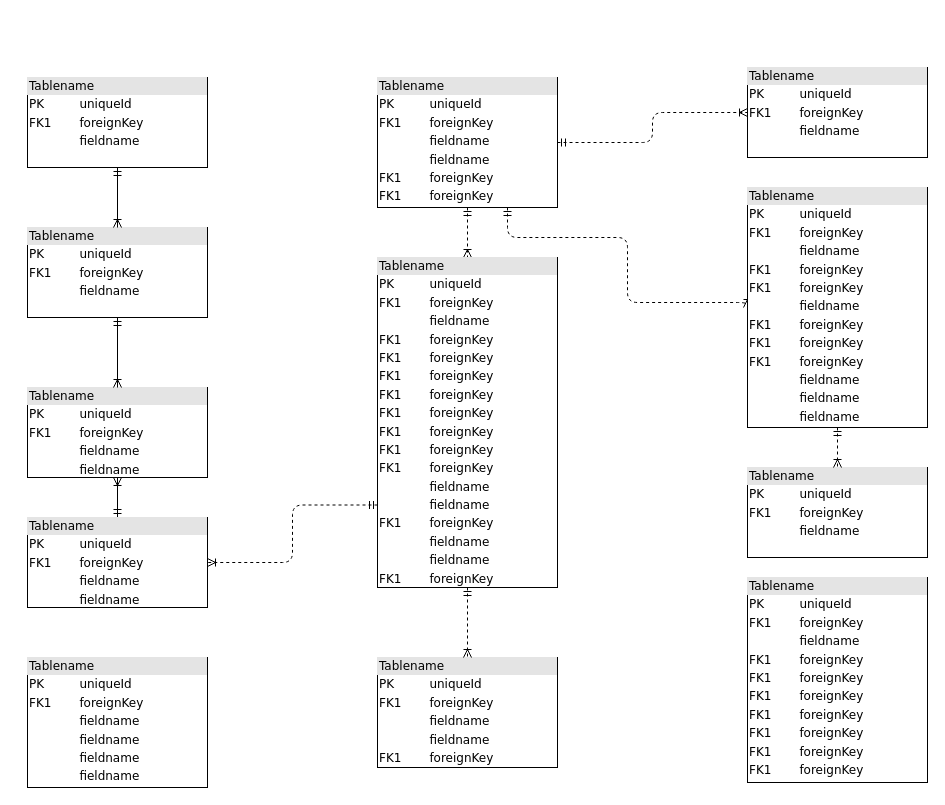
The draw.io diagram 未命名绘图.drawio in 1324569659/gg, before the edit. Source tidied: cells renumbered, new cells numbered last; positions are measured from the earlier drawing's top-left corner, leaving out a move shared by most shapes. Both pictures are drawn from the tidied source at 100%, with x=0, y=0 at pixel (27, 67).
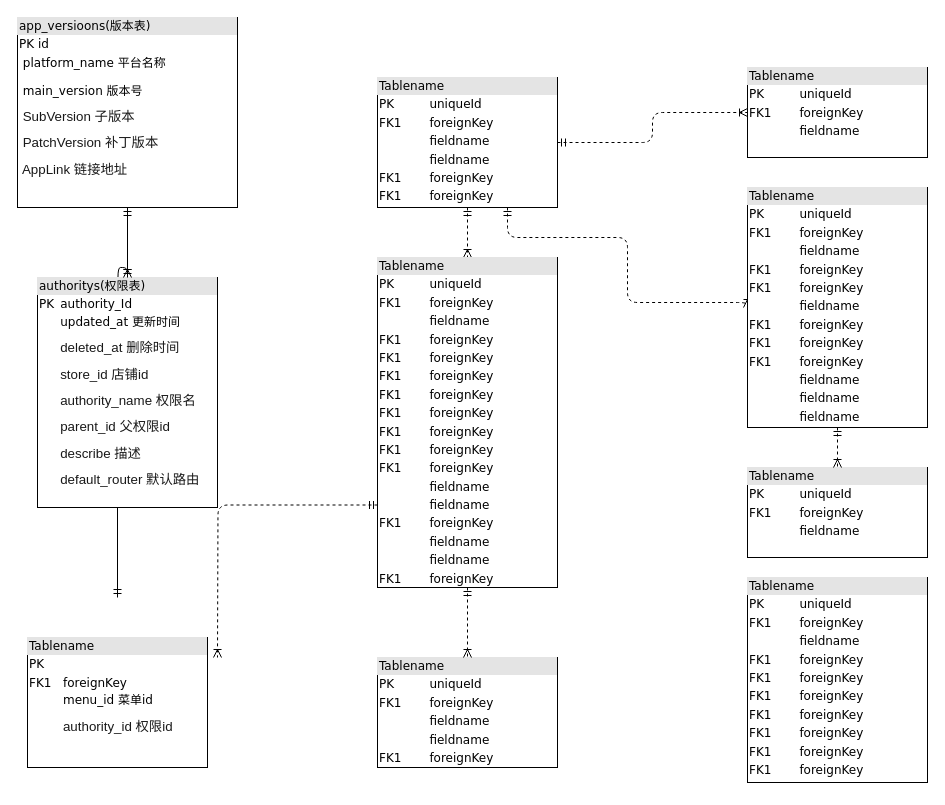
The same page after the edit.

Commit message (it also covers changes not shown here):
更新未命名绘图.drawio

Unchanged cells that the change refers to:
```xml
<mxCell id="16" value="&lt;div style=&quot;box-sizing: border-box ; width: 100% ; background: #e4e4e4 ; padding: 2px&quot;&gt;Tablename&lt;/div&gt;&lt;table style=&quot;width: 100% ; font-size: 1em&quot; cellpadding=&quot;2&quot; cellspacing=&quot;0&quot;&gt;&lt;tbody&gt;&lt;tr&gt;&lt;td&gt;PK&lt;/td&gt;&lt;td&gt;uniqueId&lt;/td&gt;&lt;/tr&gt;&lt;tr&gt;&lt;td&gt;FK1&lt;/td&gt;&lt;td&gt;foreignKey&lt;/td&gt;&lt;/tr&gt;&lt;tr&gt;&lt;td&gt;&lt;/td&gt;&lt;td&gt;fieldname&lt;/td&gt;&lt;/tr&gt;&lt;tr&gt;&lt;td&gt;FK1&lt;br&gt;&lt;/td&gt;&lt;td&gt;foreignKey&lt;br&gt;&lt;/td&gt;&lt;/tr&gt;&lt;tr&gt;&lt;td&gt;FK1&lt;br&gt;&lt;/td&gt;&lt;td&gt;foreignKey&lt;br&gt;&lt;/td&gt;&lt;/tr&gt;&lt;tr&gt;&lt;td&gt;FK1&lt;br&gt;&lt;/td&gt;&lt;td&gt;foreignKey&lt;br&gt;&lt;/td&gt;&lt;/tr&gt;&lt;tr&gt;&lt;td&gt;FK1&lt;br&gt;&lt;/td&gt;&lt;td&gt;foreignKey&lt;br&gt;&lt;/td&gt;&lt;/tr&gt;&lt;tr&gt;&lt;td&gt;FK1&lt;br&gt;&lt;/td&gt;&lt;td&gt;foreignKey&lt;br&gt;&lt;/td&gt;&lt;/tr&gt;&lt;tr&gt;&lt;td&gt;FK1&lt;br&gt;&lt;/td&gt;&lt;td&gt;foreignKey&lt;br&gt;&lt;/td&gt;&lt;/tr&gt;&lt;tr&gt;&lt;td&gt;FK1&lt;br&gt;&lt;/td&gt;&lt;td&gt;foreignKey&lt;br&gt;&lt;/td&gt;&lt;/tr&gt;&lt;tr&gt;&lt;td&gt;FK1&lt;br&gt;&lt;/td&gt;&lt;td&gt;foreignKey&lt;br&gt;&lt;/td&gt;&lt;/tr&gt;&lt;tr&gt;&lt;td&gt;&lt;br&gt;&lt;/td&gt;&lt;td&gt;fieldname&lt;br&gt;&lt;/td&gt;&lt;/tr&gt;&lt;tr&gt;&lt;td&gt;&lt;br&gt;&lt;/td&gt;&lt;td&gt;fieldname&lt;br&gt;&lt;/td&gt;&lt;/tr&gt;&lt;tr&gt;&lt;td&gt;FK1&lt;br&gt;&lt;/td&gt;&lt;td&gt;foreignKey&lt;br&gt;&lt;/td&gt;&lt;/tr&gt;&lt;tr&gt;&lt;td&gt;&lt;br&gt;&lt;/td&gt;&lt;td&gt;fieldname&lt;br&gt;&lt;/td&gt;&lt;/tr&gt;&lt;tr&gt;&lt;td&gt;&lt;br&gt;&lt;/td&gt;&lt;td&gt;fieldname&lt;br&gt;&lt;/td&gt;&lt;/tr&gt;&lt;tr&gt;&lt;td&gt;FK1&lt;br&gt;&lt;/td&gt;&lt;td&gt;foreignKey&lt;br&gt;&lt;/td&gt;&lt;/tr&gt;&lt;/tbody&gt;&lt;/table&gt;" style="verticalAlign=top;align=left;overflow=fill;html=1;rounded=0;shadow=0;comic=0;labelBackgroundColor=none;strokeWidth=1;fontFamily=Verdana;fontSize=12;" parent="1" vertex="1">
  <mxGeometry x="350" y="190" width="180" height="330" as="geometry" />
</mxCell>
```

Diff of the diagram source:
```diff
@@
-    <mxCell id="2" value="&lt;div style=&quot;box-sizing:border-box;width:100%;background:#e4e4e4;padding:2px;&quot;&gt;Tablename&lt;/div&gt;&lt;table style=&quot;width:100%;font-size:1em;&quot; cellpadding=&quot;2&quot; cellspacing=&quot;0&quot;&gt;&lt;tr&gt;&lt;td&gt;PK&lt;/td&gt;&lt;td&gt;uniqueId&lt;/td&gt;&lt;/tr&gt;&lt;tr&gt;&lt;td&gt;FK1&lt;/td&gt;&lt;td&gt;foreignKey&lt;/td&gt;&lt;/tr&gt;&lt;tr&gt;&lt;td&gt;&lt;/td&gt;&lt;td&gt;fieldname&lt;/td&gt;&lt;/tr&gt;&lt;/table&gt;" style="verticalAlign=top;align=left;overflow=fill;html=1;rounded=0;shadow=0;comic=0;labelBackgroundColor=none;strokeWidth=1;fontFamily=Verdana;fontSize=12;" parent="1" vertex="1">
-      <mxGeometry y="10" width="180" height="90" as="geometry" />
+    <mxCell id="2" value="&lt;div style=&quot;box-sizing:border-box;width:100%;background:#e4e4e4;padding:2px;&quot;&gt;app_versioons(版本表)&lt;br&gt;&lt;/div&gt;&lt;table style=&quot;width:100%;font-size:1em;&quot; cellpadding=&quot;2&quot; cellspacing=&quot;0&quot;&gt;&lt;tbody&gt;&lt;tr&gt;&lt;td&gt;PK&lt;span style=&quot;white-space: pre;&quot;&gt; &lt;/span&gt;id&lt;/td&gt;&lt;td&gt;&lt;br&gt;&lt;/td&gt;&lt;/tr&gt;&lt;tr&gt;&lt;td&gt;&lt;span style=&quot;white-space: pre;&quot;&gt; &lt;/span&gt;platform_name 平台名称&lt;br&gt;&lt;br style=&quot;border-color: var(--border-color);&quot;&gt;&lt;p style=&quot;border-color: var(--border-color); margin: 0px; line-height: 12px;&quot;&gt;&lt;span style=&quot;white-space: pre;&quot;&gt; &lt;/span&gt;main_version 版本号&lt;/p&gt;&lt;br style=&quot;border-color: var(--border-color);&quot;&gt;&lt;p style=&quot;border-color: var(--border-color); margin: 0px; line-height: 12px;&quot;&gt;&lt;span style=&quot;border-color: var(--border-color); font-family: 微软雅黑; font-size: 10pt; color: rgb(25, 25, 25);&quot;&gt;&lt;span style=&quot;white-space: pre;&quot;&gt; &lt;/span&gt;SubVersion 子版本&lt;/span&gt;&lt;/p&gt;&lt;br style=&quot;border-color: var(--border-color);&quot;&gt;&lt;p style=&quot;border-color: var(--border-color); margin: 0px; line-height: 12px;&quot;&gt;&lt;span style=&quot;border-color: var(--border-color); font-family: 微软雅黑; font-size: 10pt; color: rgb(25, 25, 25);&quot;&gt;&lt;span style=&quot;white-space: pre;&quot;&gt; &lt;/span&gt;PatchVersion 补丁版本&lt;/span&gt;&lt;/p&gt;&lt;br style=&quot;border-color: var(--border-color);&quot;&gt;&lt;p style=&quot;border-color: var(--border-color); margin: 0px; line-height: 12px;&quot;&gt;&lt;span style=&quot;border-color: var(--border-color); font-family: 微软雅黑; font-size: 10pt; color: rgb(25, 25, 25);&quot;&gt;&lt;span style=&quot;white-space: pre;&quot;&gt; &lt;/span&gt;AppLink 链接地址&lt;/span&gt;&lt;/p&gt;&lt;/td&gt;&lt;td&gt;&lt;p style=&quot;margin: 0px; line-height: 100%;&quot;&gt;&lt;br&gt;&lt;/p&gt;&lt;/td&gt;&lt;/tr&gt;&lt;/tbody&gt;&lt;/table&gt;" style="verticalAlign=top;align=left;overflow=fill;html=1;rounded=0;shadow=0;comic=0;labelBackgroundColor=none;strokeWidth=1;fontFamily=Verdana;fontSize=12;" parent="1" vertex="1">
+      <mxGeometry x="-10" y="-50" width="220" height="190" as="geometry" />
     </mxCell>
@@
-    <mxCell id="7" style="edgeStyle=orthogonalEdgeStyle;html=1;labelBackgroundColor=none;startArrow=ERmandOne;endArrow=ERoneToMany;fontFamily=Verdana;fontSize=12;align=left;" parent="1" edge="1" source="9" target="10">
-      <mxGeometry relative="1" as="geometry" />
+    <mxCell id="7" style="edgeStyle=orthogonalEdgeStyle;html=1;labelBackgroundColor=none;startArrow=ERmandOne;endArrow=ERoneToMany;fontFamily=Verdana;fontSize=12;align=left;" parent="1" edge="1">
+      <mxGeometry relative="1" as="geometry">
+        <mxPoint x="90" y="530" as="sourcePoint" />
+        <mxPoint x="90" y="410" as="targetPoint" />
+      </mxGeometry>
     </mxCell>
-    <mxCell id="8" style="edgeStyle=orthogonalEdgeStyle;html=1;exitX=0;exitY=0.75;entryX=1;entryY=0.5;dashed=1;labelBackgroundColor=none;startArrow=ERmandOne;endArrow=ERoneToMany;fontFamily=Verdana;fontSize=12;align=left;" parent="1" edge="1" source="16" target="9">
-      <mxGeometry relative="1" as="geometry" />
+    <mxCell id="8" style="edgeStyle=orthogonalEdgeStyle;html=1;exitX=0;exitY=0.75;entryX=1;entryY=0.5;dashed=1;labelBackgroundColor=none;startArrow=ERmandOne;endArrow=ERoneToMany;fontFamily=Verdana;fontSize=12;align=left;" parent="1" edge="1" source="16">
+      <mxGeometry relative="1" as="geometry">
+        <mxPoint x="190" y="590" as="targetPoint" />
+      </mxGeometry>
     </mxCell>
-    <mxCell id="9" value="&lt;div style=&quot;box-sizing: border-box ; width: 100% ; background: #e4e4e4 ; padding: 2px&quot;&gt;Tablename&lt;/div&gt;&lt;table style=&quot;width: 100% ; font-size: 1em&quot; cellpadding=&quot;2&quot; cellspacing=&quot;0&quot;&gt;&lt;tbody&gt;&lt;tr&gt;&lt;td&gt;PK&lt;/td&gt;&lt;td&gt;uniqueId&lt;/td&gt;&lt;/tr&gt;&lt;tr&gt;&lt;td&gt;FK1&lt;/td&gt;&lt;td&gt;foreignKey&lt;/td&gt;&lt;/tr&gt;&lt;tr&gt;&lt;td&gt;&lt;/td&gt;&lt;td&gt;fieldname&lt;/td&gt;&lt;/tr&gt;&lt;tr&gt;&lt;td&gt;&lt;br&gt;&lt;/td&gt;&lt;td&gt;fieldname&lt;br&gt;&lt;/td&gt;&lt;/tr&gt;&lt;/tbody&gt;&lt;/table&gt;" style="verticalAlign=top;align=left;overflow=fill;html=1;rounded=0;shadow=0;comic=0;labelBackgroundColor=none;strokeWidth=1;fontFamily=Verdana;fontSize=12;" parent="1" vertex="1">
-      <mxGeometry y="450" width="180" height="90" as="geometry" />
-    </mxCell>
-    <mxCell id="10" value="&lt;div style=&quot;box-sizing: border-box ; width: 100% ; background: #e4e4e4 ; padding: 2px&quot;&gt;Tablename&lt;/div&gt;&lt;table style=&quot;width: 100% ; font-size: 1em&quot; cellpadding=&quot;2&quot; cellspacing=&quot;0&quot;&gt;&lt;tbody&gt;&lt;tr&gt;&lt;td&gt;PK&lt;/td&gt;&lt;td&gt;uniqueId&lt;/td&gt;&lt;/tr&gt;&lt;tr&gt;&lt;td&gt;FK1&lt;/td&gt;&lt;td&gt;foreignKey&lt;/td&gt;&lt;/tr&gt;&lt;tr&gt;&lt;td&gt;&lt;/td&gt;&lt;td&gt;fieldname&lt;/td&gt;&lt;/tr&gt;&lt;tr&gt;&lt;td&gt;&lt;br&gt;&lt;/td&gt;&lt;td&gt;fieldname&lt;br&gt;&lt;/td&gt;&lt;/tr&gt;&lt;/tbody&gt;&lt;/table&gt;" style="verticalAlign=top;align=left;overflow=fill;html=1;rounded=0;shadow=0;comic=0;labelBackgroundColor=none;strokeWidth=1;fontFamily=Verdana;fontSize=12;" parent="1" vertex="1">
-      <mxGeometry y="320" width="180" height="90" as="geometry" />
-    </mxCell>
-    <mxCell id="11" style="edgeStyle=orthogonalEdgeStyle;html=1;entryX=0.5;entryY=0;labelBackgroundColor=none;startArrow=ERmandOne;endArrow=ERoneToMany;fontFamily=Verdana;fontSize=12;align=left;" parent="1" edge="1" source="12" target="10">
-      <mxGeometry relative="1" as="geometry" />
+    <mxCell id="11" style="edgeStyle=orthogonalEdgeStyle;html=1;entryX=0.5;entryY=0;labelBackgroundColor=none;startArrow=ERmandOne;endArrow=ERoneToMany;fontFamily=Verdana;fontSize=12;align=left;" parent="1" edge="1" source="12">
+      <mxGeometry relative="1" as="geometry">
+        <mxPoint x="90" y="320" as="targetPoint" />
+      </mxGeometry>
     </mxCell>
-    <mxCell id="12" value="&lt;div style=&quot;box-sizing:border-box;width:100%;background:#e4e4e4;padding:2px;&quot;&gt;Tablename&lt;/div&gt;&lt;table style=&quot;width:100%;font-size:1em;&quot; cellpadding=&quot;2&quot; cellspacing=&quot;0&quot;&gt;&lt;tr&gt;&lt;td&gt;PK&lt;/td&gt;&lt;td&gt;uniqueId&lt;/td&gt;&lt;/tr&gt;&lt;tr&gt;&lt;td&gt;FK1&lt;/td&gt;&lt;td&gt;foreignKey&lt;/td&gt;&lt;/tr&gt;&lt;tr&gt;&lt;td&gt;&lt;/td&gt;&lt;td&gt;fieldname&lt;/td&gt;&lt;/tr&gt;&lt;/table&gt;" style="verticalAlign=top;align=left;overflow=fill;html=1;rounded=0;shadow=0;comic=0;labelBackgroundColor=none;strokeWidth=1;fontFamily=Verdana;fontSize=12;" parent="1" vertex="1">
-      <mxGeometry y="160" width="180" height="90" as="geometry" />
+    <mxCell id="12" value="&lt;div style=&quot;box-sizing:border-box;width:100%;background:#e4e4e4;padding:2px;&quot;&gt;authoritys(权限表)&lt;br&gt;&lt;/div&gt;&lt;table style=&quot;width:100%;font-size:1em;&quot; cellpadding=&quot;2&quot; cellspacing=&quot;0&quot;&gt;&lt;tbody&gt;&lt;tr&gt;&lt;td&gt;PK&lt;/td&gt;&lt;td&gt;authority_Id&lt;br&gt;&lt;/td&gt;&lt;/tr&gt;&lt;tr&gt;&lt;td&gt;&lt;br&gt;&lt;/td&gt;&lt;td&gt;&lt;p style=&quot;margin: 0px; line-height: 100%;&quot;&gt;updated_at 更新时间&lt;/p&gt;&lt;br/&gt;&lt;p style=&quot;margin: 0px; line-height: 100%;&quot;&gt;&lt;span style=&quot;font-family:'微软雅黑'; font-size:10pt; color:#191919;&quot;&gt;deleted_at 删除时间&lt;/span&gt;&lt;/p&gt;&lt;br/&gt;&lt;p style=&quot;margin: 0px; line-height: 100%;&quot;&gt;&lt;span style=&quot;font-family:'微软雅黑'; font-size:10pt; color:#191919;&quot;&gt;store_id 店铺id&lt;/span&gt;&lt;/p&gt;&lt;br/&gt;&lt;p style=&quot;margin: 0px; line-height: 100%;&quot;&gt;&lt;span style=&quot;font-family:'微软雅黑'; font-size:10pt; color:#191919;&quot;&gt;authority_name 权限名&lt;/span&gt;&lt;/p&gt;&lt;br/&gt;&lt;p style=&quot;margin: 0px; line-height: 100%;&quot;&gt;&lt;span style=&quot;font-family:'微软雅黑'; font-size:10pt; color:#191919;&quot;&gt;parent_id 父权限id&lt;/span&gt;&lt;/p&gt;&lt;br/&gt;&lt;p style=&quot;margin: 0px; line-height: 100%;&quot;&gt;&lt;span style=&quot;font-family:'微软雅黑'; font-size:10pt; color:#191919;&quot;&gt;describe 描述&lt;/span&gt;&lt;/p&gt;&lt;br/&gt;&lt;p style=&quot;margin: 0px; line-height: 100%;&quot;&gt;&lt;span style=&quot;font-family:'微软雅黑'; font-size:10pt; color:#191919;&quot;&gt;default_router 默认路由&lt;/span&gt;&lt;/p&gt;&lt;/td&gt;&lt;/tr&gt;&lt;/tbody&gt;&lt;/table&gt;" style="verticalAlign=top;align=left;overflow=fill;html=1;rounded=0;shadow=0;comic=0;labelBackgroundColor=none;strokeWidth=1;fontFamily=Verdana;fontSize=12;" parent="1" vertex="1">
+      <mxGeometry x="10" y="210" width="180" height="230" as="geometry" />
     </mxCell>
@@
-    <mxCell id="21" value="&lt;div style=&quot;box-sizing: border-box ; width: 100% ; background: #e4e4e4 ; padding: 2px&quot;&gt;Tablename&lt;/div&gt;&lt;table style=&quot;width: 100% ; font-size: 1em&quot; cellpadding=&quot;2&quot; cellspacing=&quot;0&quot;&gt;&lt;tbody&gt;&lt;tr&gt;&lt;td&gt;PK&lt;/td&gt;&lt;td&gt;uniqueId&lt;/td&gt;&lt;/tr&gt;&lt;tr&gt;&lt;td&gt;FK1&lt;/td&gt;&lt;td&gt;foreignKey&lt;/td&gt;&lt;/tr&gt;&lt;tr&gt;&lt;td&gt;&lt;/td&gt;&lt;td&gt;fieldname&lt;/td&gt;&lt;/tr&gt;&lt;tr&gt;&lt;td&gt;&lt;br&gt;&lt;/td&gt;&lt;td&gt;fieldname&lt;br&gt;&lt;/td&gt;&lt;/tr&gt;&lt;tr&gt;&lt;td&gt;&lt;br&gt;&lt;/td&gt;&lt;td&gt;fieldname&lt;br&gt;&lt;/td&gt;&lt;/tr&gt;&lt;tr&gt;&lt;td&gt;&lt;br&gt;&lt;/td&gt;&lt;td&gt;fieldname&lt;br&gt;&lt;/td&gt;&lt;/tr&gt;&lt;/tbody&gt;&lt;/table&gt;" style="verticalAlign=top;align=left;overflow=fill;html=1;rounded=0;shadow=0;comic=0;labelBackgroundColor=none;strokeWidth=1;fontFamily=Verdana;fontSize=12;" parent="1" vertex="1">
-      <mxGeometry y="590" width="180" height="130" as="geometry" />
+    <mxCell id="21" value="&lt;div style=&quot;box-sizing: border-box ; width: 100% ; background: #e4e4e4 ; padding: 2px&quot;&gt;Tablename&lt;/div&gt;&lt;table style=&quot;width: 100% ; font-size: 1em&quot; cellpadding=&quot;2&quot; cellspacing=&quot;0&quot;&gt;&lt;tbody&gt;&lt;tr&gt;&lt;td&gt;PK&lt;/td&gt;&lt;td&gt;&lt;br&gt;&lt;/td&gt;&lt;/tr&gt;&lt;tr&gt;&lt;td&gt;FK1&lt;/td&gt;&lt;td&gt;foreignKey&lt;/td&gt;&lt;/tr&gt;&lt;tr&gt;&lt;td&gt;&lt;/td&gt;&lt;td&gt;&lt;p style=&quot;margin: 0px; line-height: 100%;&quot;&gt;menu_id 菜单id&lt;/p&gt;&lt;br/&gt;&lt;p style=&quot;margin: 0px; line-height: 100%;&quot;&gt;&lt;span style=&quot;font-family:'微软雅黑'; font-size:10pt; color:#191919;&quot;&gt;authority_id 权限id&lt;/span&gt;&lt;/p&gt;&lt;/td&gt;&lt;/tr&gt;&lt;/tbody&gt;&lt;/table&gt;" style="verticalAlign=top;align=left;overflow=fill;html=1;rounded=0;shadow=0;comic=0;labelBackgroundColor=none;strokeWidth=1;fontFamily=Verdana;fontSize=12;" parent="1" vertex="1">
+      <mxGeometry y="570" width="180" height="130" as="geometry" />
     </mxCell>
```
